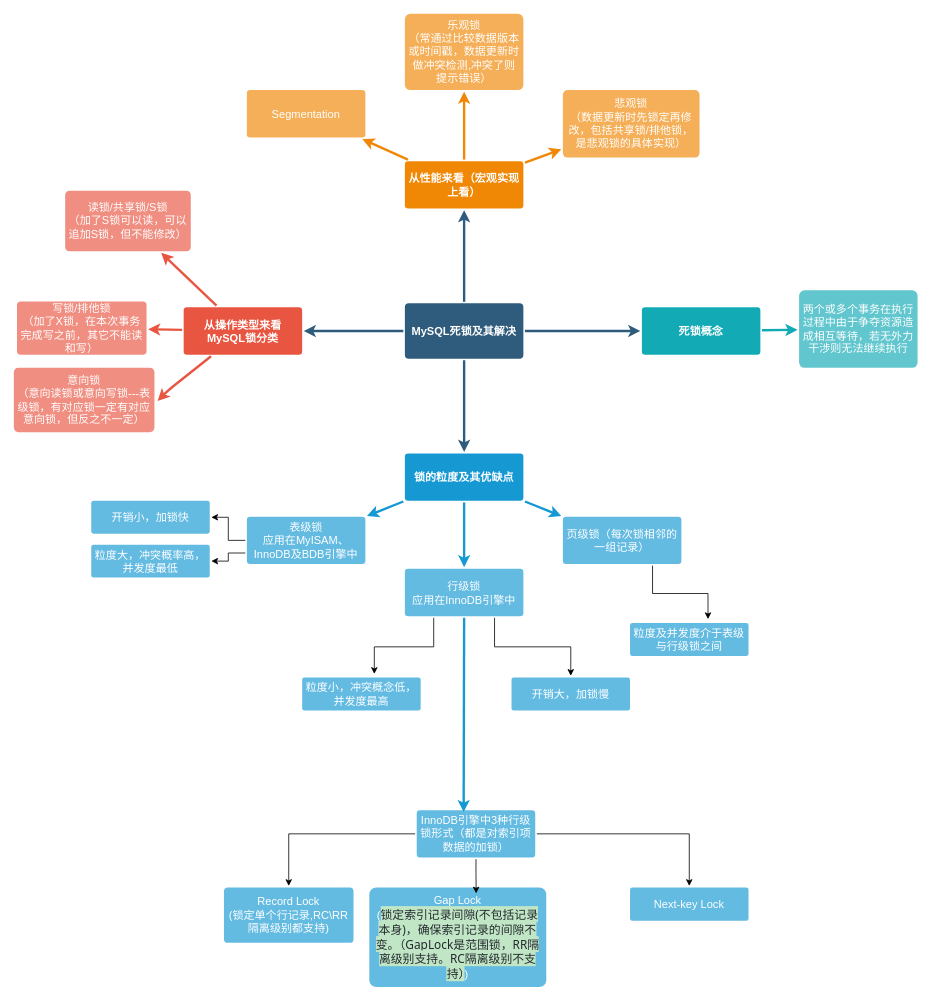
This is MySQL死锁及其解决.drawio from HuaHero/OnLineFaq, a draw.io file, before an edit. Source tidied: cells renumbered, new cells numbered last; positions are measured from the earlier drawing's top-left corner, leaving out a move shared by most shapes. Both pictures are drawn from the tidied source at 79%, with x=0, y=0 at pixel (13, 13).
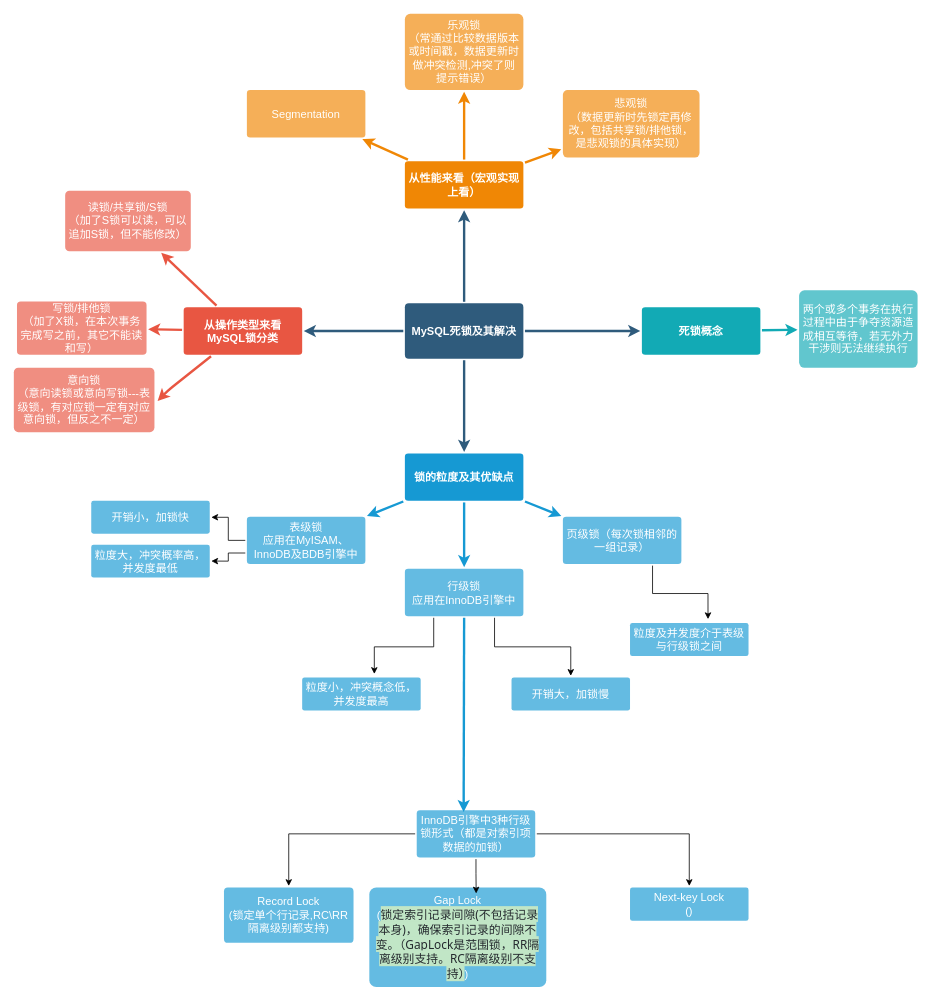
The same page after the edit.

Commit message (it also covers changes not shown here):
更新MySQL死锁及其解决.drawio

The edit, as a diff of the source:
```diff
@@
-    <mxCell id="47" value="Next-key Lock" style="rounded=1;whiteSpace=wrap;html=1;shadow=0;labelBackgroundColor=none;strokeColor=none;strokeWidth=3;fillColor=#64bbe2;fontFamily=Helvetica;fontSize=14;fontColor=#FFFFFF;align=center;spacing=5;arcSize=7;perimeterSpacing=2;" parent="1" vertex="1">
+    <mxCell id="47" value="Next-key Lock&lt;div&gt;()&lt;/div&gt;" style="rounded=1;whiteSpace=wrap;html=1;shadow=0;labelBackgroundColor=none;strokeColor=none;strokeWidth=3;fillColor=#64bbe2;fontFamily=Helvetica;fontSize=14;fontColor=#FFFFFF;align=center;spacing=5;arcSize=7;perimeterSpacing=2;" parent="1" vertex="1">
       <mxGeometry x="780" y="1106" width="150" height="42" as="geometry" />
     </mxCell>
```
